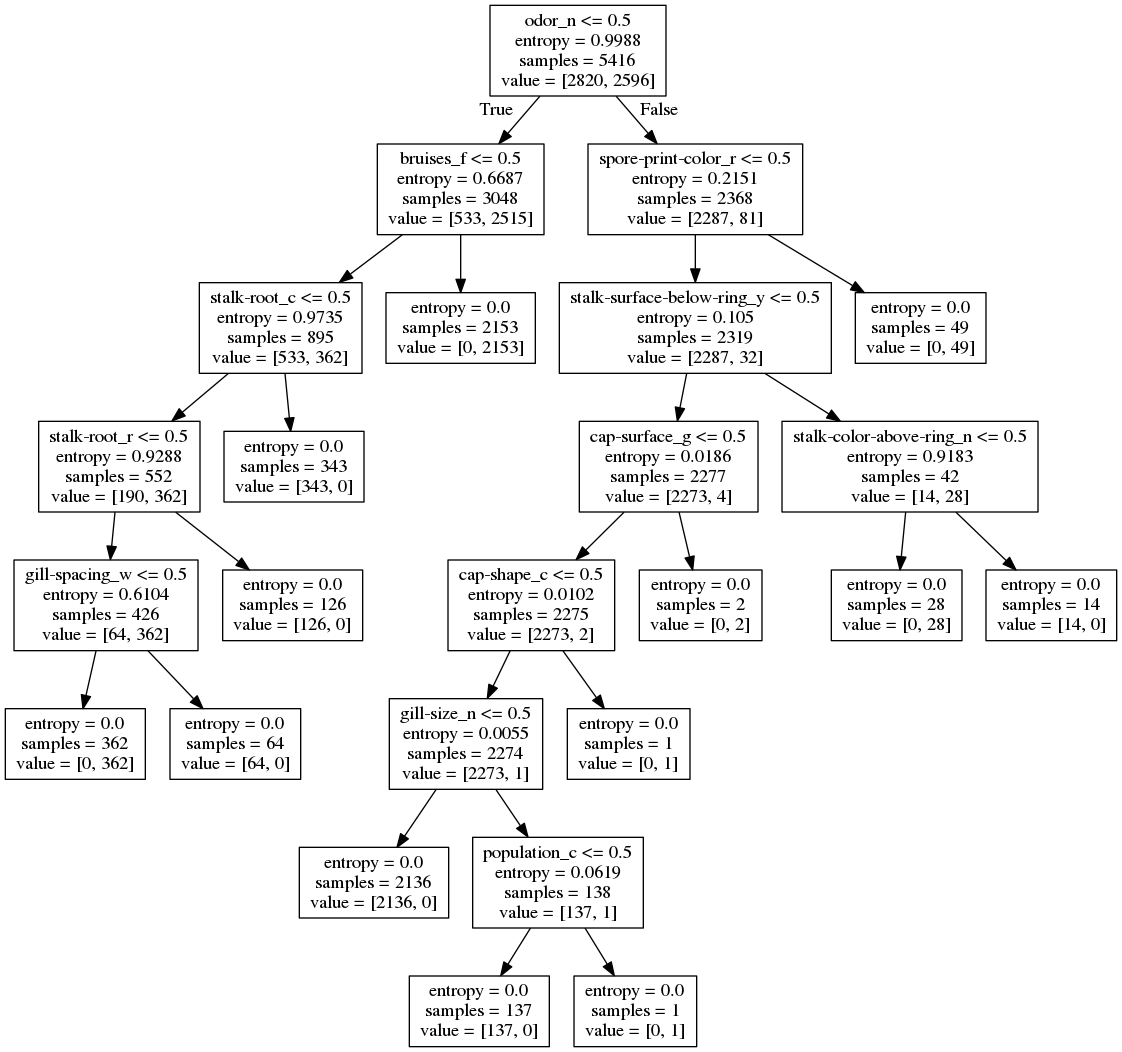
Above: assets/optimal.png in taekim97/Poisonous-Mushrooms (Graphviz), before the change. Its source is kept beside it as assets/optimal.dot.
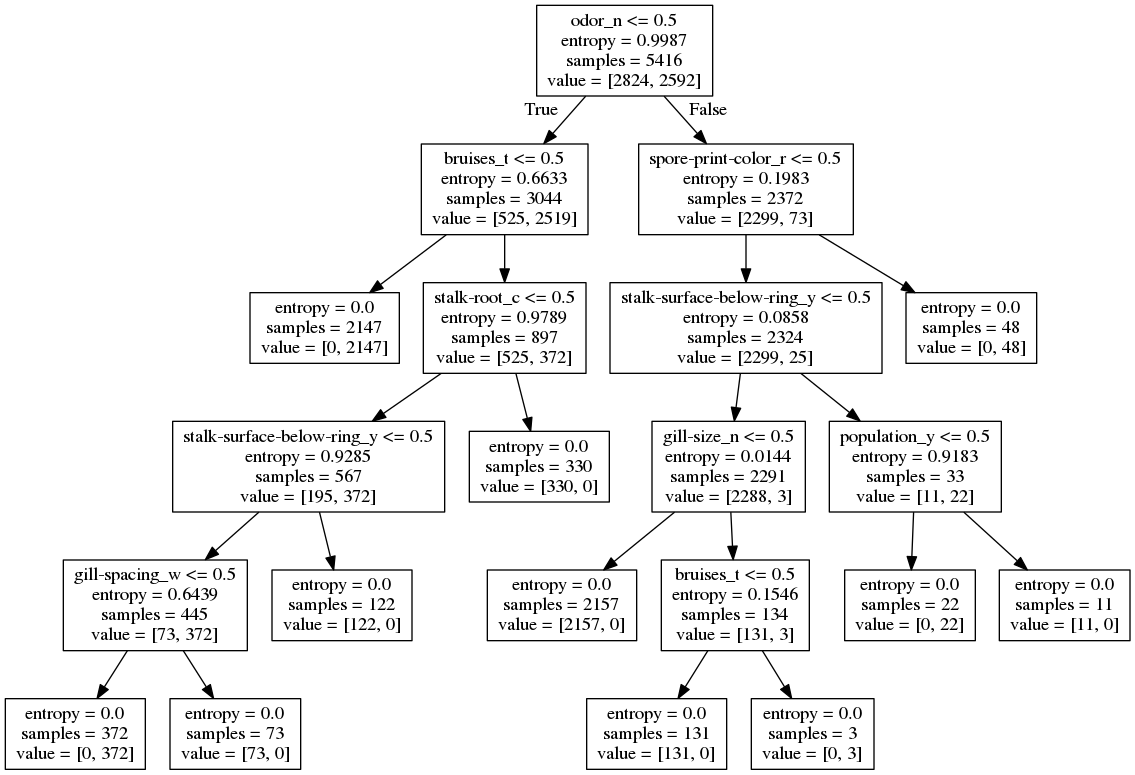
Later version of the same file.

Change to the diagram source:
```diff
@@ -1,52 +1,44 @@
 digraph Tree {
 node [shape=box] ;
-0 [label="odor_n <= 0.5\nentropy = 0.9988\nsamples = 5416\nvalue = [2820, 2596]"] ;
-1 [label="bruises_f <= 0.5\nentropy = 0.6687\nsamples = 3048\nvalue = [533, 2515]"] ;
+0 [label="odor_n <= 0.5\nentropy = 0.9987\nsamples = 5416\nvalue = [2824, 2592]"] ;
+1 [label="bruises_t <= 0.5\nentropy = 0.6633\nsamples = 3044\nvalue = [525, 2519]"] ;
 0 -> 1 [labeldistance=2.5, labelangle=45, headlabel="True"] ;
-2 [label="stalk-root_c <= 0.5\nentropy = 0.9735\nsamples = 895\nvalue = [533, 362]"] ;
+2 [label="entropy = 0.0\nsamples = 2147\nvalue = [0, 2147]"] ;
 1 -> 2 ;
-3 [label="stalk-root_r <= 0.5\nentropy = 0.9288\nsamples = 552\nvalue = [190, 362]"] ;
-2 -> 3 ;
-4 [label="gill-spacing_w <= 0.5\nentropy = 0.6104\nsamples = 426\nvalue = [64, 362]"] ;
+3 [label="stalk-root_c <= 0.5\nentropy = 0.9789\nsamples = 897\nvalue = [525, 372]"] ;
+1 -> 3 ;
+4 [label="stalk-surface-below-ring_y <= 0.5\nentropy = 0.9285\nsamples = 567\nvalue = [195, 372]"] ;
 3 -> 4 ;
-5 [label="entropy = 0.0\nsamples = 362\nvalue = [0, 362]"] ;
+5 [label="gill-spacing_w <= 0.5\nentropy = 0.6439\nsamples = 445\nvalue = [73, 372]"] ;
 4 -> 5 ;
-6 [label="entropy = 0.0\nsamples = 64\nvalue = [64, 0]"] ;
-4 -> 6 ;
-7 [label="entropy = 0.0\nsamples = 126\nvalue = [126, 0]"] ;
-3 -> 7 ;
-8 [label="entropy = 0.0\nsamples = 343\nvalue = [343, 0]"] ;
-2 -> 8 ;
-9 [label="entropy = 0.0\nsamples = 2153\nvalue = [0, 2153]"] ;
-1 -> 9 ;
-10 [label="spore-print-color_r <= 0.5\nentropy = 0.2151\nsamples = 2368\nvalue = [2287, 81]"] ;
+6 [label="entropy = 0.0\nsamples = 372\nvalue = [0, 372]"] ;
+5 -> 6 ;
+7 [label="entropy = 0.0\nsamples = 73\nvalue = [73, 0]"] ;
+5 -> 7 ;
+8 [label="entropy = 0.0\nsamples = 122\nvalue = [122, 0]"] ;
+4 -> 8 ;
+9 [label="entropy = 0.0\nsamples = 330\nvalue = [330, 0]"] ;
+3 -> 9 ;
+10 [label="spore-print-color_r <= 0.5\nentropy = 0.1983\nsamples = 2372\nvalue = [2299, 73]"] ;
 0 -> 10 [labeldistance=2.5, labelangle=-45, headlabel="False"] ;
-11 [label="stalk-surface-below-ring_y <= 0.5\nentropy = 0.105\nsamples = 2319\nvalue = [2287, 32]"] ;
+11 [label="stalk-surface-below-ring_y <= 0.5\nentropy = 0.0858\nsamples = 2324\nvalue = [2299, 25]"] ;
 10 -> 11 ;
-12 [label="cap-surface_g <= 0.5\nentropy = 0.0186\nsamples = 2277\nvalue = [2273, 4]"] ;
+12 [label="gill-size_n <= 0.5\nentropy = 0.0144\nsamples = 2291\nvalue = [2288, 3]"] ;
 11 -> 12 ;
-13 [label="cap-shape_c <= 0.5\nentropy = 0.0102\nsamples = 2275\nvalue = [2273, 2]"] ;
+13 [label="entropy = 0.0\nsamples = 2157\nvalue = [2157, 0]"] ;
 12 -> 13 ;
-14 [label="gill-size_n <= 0.5\nentropy = 0.0055\nsamples = 2274\nvalue = [2273, 1]"] ;
-13 -> 14 ;
-15 [label="entropy = 0.0\nsamples = 2136\nvalue = [2136, 0]"] ;
+14 [label="bruises_t <= 0.5\nentropy = 0.1546\nsamples = 134\nvalue = [131, 3]"] ;
+12 -> 14 ;
+15 [label="entropy = 0.0\nsamples = 131\nvalue = [131, 0]"] ;
 14 -> 15 ;
-16 [label="population_c <= 0.5\nentropy = 0.0619\nsamples = 138\nvalue = [137, 1]"] ;
+16 [label="entropy = 0.0\nsamples = 3\nvalue = [0, 3]"] ;
 14 -> 16 ;
-17 [label="entropy = 0.0\nsamples = 137\nvalue = [137, 0]"] ;
-16 -> 17 ;
-18 [label="entropy = 0.0\nsamples = 1\nvalue = [0, 1]"] ;
-16 -> 18 ;
-19 [label="entropy = 0.0\nsamples = 1\nvalue = [0, 1]"] ;
-13 -> 19 ;
-20 [label="entropy = 0.0\nsamples = 2\nvalue = [0, 2]"] ;
-12 -> 20 ;
-21 [label="stalk-color-above-ring_n <= 0.5\nentropy = 0.9183\nsamples = 42\nvalue = [14, 28]"] ;
-11 -> 21 ;
-22 [label="entropy = 0.0\nsamples = 28\nvalue = [0, 28]"] ;
-21 -> 22 ;
-23 [label="entropy = 0.0\nsamples = 14\nvalue = [14, 0]"] ;
-21 -> 23 ;
-24 [label="entropy = 0.0\nsamples = 49\nvalue = [0, 49]"] ;
-10 -> 24 ;
+17 [label="population_y <= 0.5\nentropy = 0.9183\nsamples = 33\nvalue = [11, 22]"] ;
+11 -> 17 ;
+18 [label="entropy = 0.0\nsamples = 22\nvalue = [0, 22]"] ;
+17 -> 18 ;
+19 [label="entropy = 0.0\nsamples = 11\nvalue = [11, 0]"] ;
+17 -> 19 ;
+20 [label="entropy = 0.0\nsamples = 48\nvalue = [0, 48]"] ;
+10 -> 20 ;
 }
```
